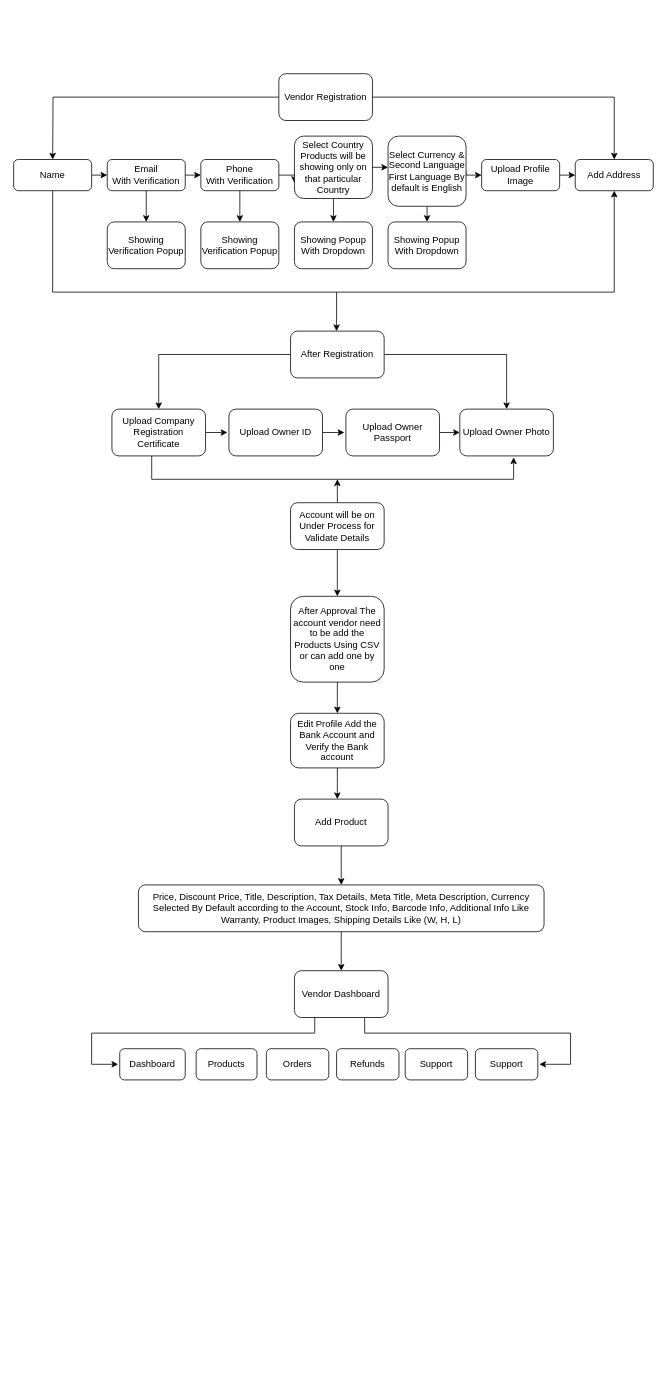
Above: Untitled Diagram.drawio in mohitsth4/test (draw.io), before the change. Source tidied: cells renumbered, new cells numbered last; positions are measured from the earlier drawing's top-left corner, leaving out a move shared by most shapes. Both pictures are drawn from the tidied source at 78%, with x=0, y=0 at pixel (13, 73).
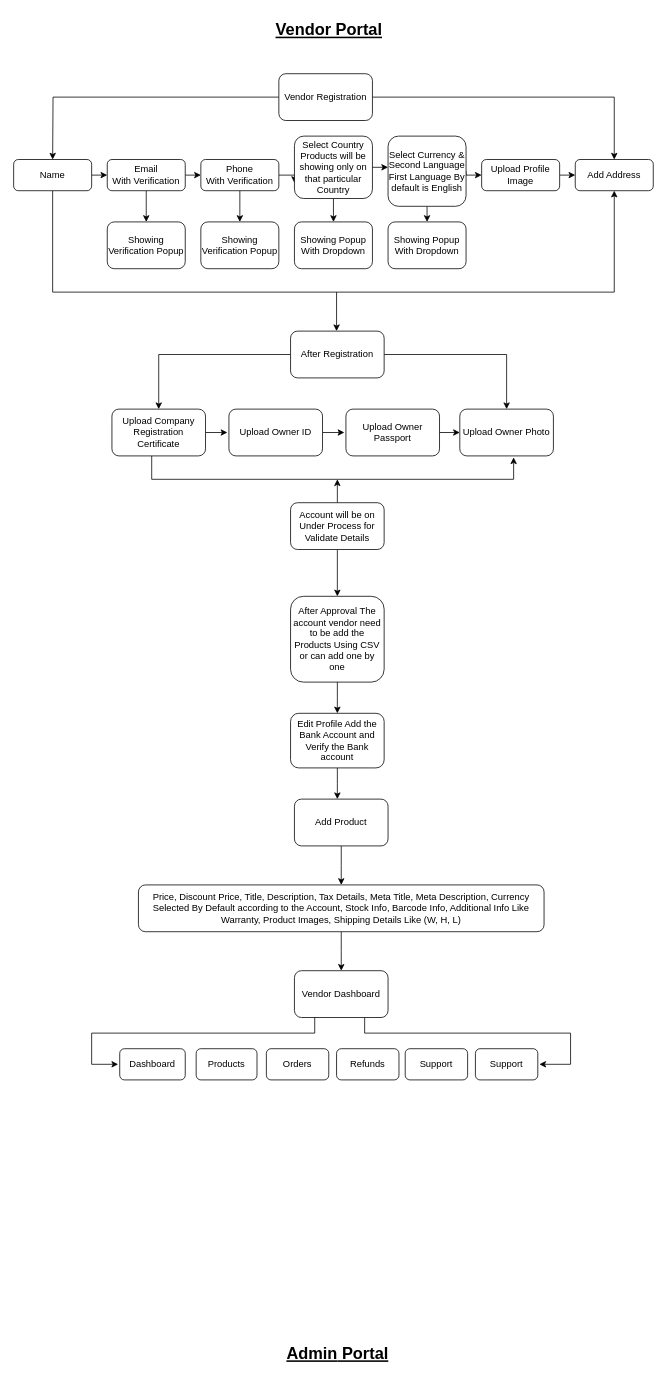
The same diagram, later.

Change to the diagram source:
```diff
@@
+    <mxCell id="59" value="Vendor Portal" style="text;html=1;align=center;verticalAlign=middle;strokeColor=none;fillColor=none;fontSize=21;fontStyle=5;" parent="1" vertex="1">
+      <mxGeometry x="329" y="-77" width="150" height="40" as="geometry" />
+    </mxCell>
+    <mxCell id="60" value="Admin&lt;span style=&quot;background-color: initial;&quot;&gt;&amp;nbsp;Portal&lt;/span&gt;" style="text;html=1;align=center;verticalAlign=middle;strokeColor=none;fillColor=none;fontSize=21;fontStyle=5;" parent="1" vertex="1">
+      <mxGeometry x="345" y="1620" width="140" height="40" as="geometry" />
+    </mxCell>
```
